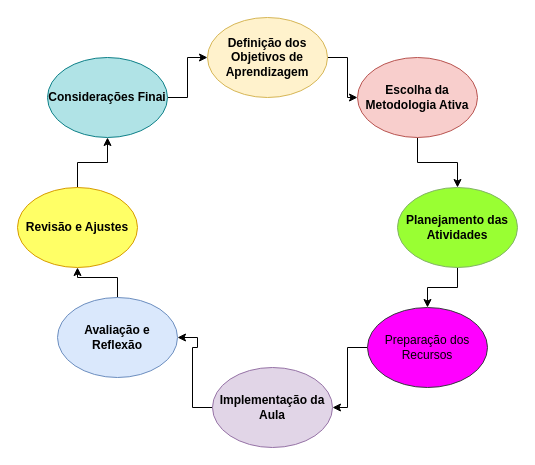
RosianeSangali/RosianeSangali keeps this draw.io diagram as etapas do plano de aula.drawio. Above is the earlier version. Source tidied: cells renumbered, new cells numbered last; positions are measured from the earlier drawing's top-left corner, leaving out a move shared by most shapes. Both pictures are drawn from the tidied source at 100%, with x=0, y=0 at pixel (17, 17).
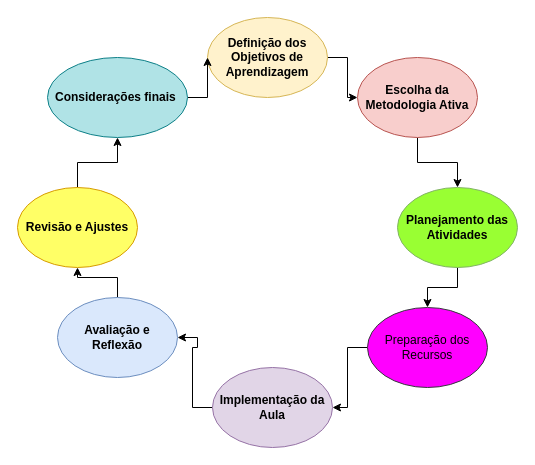
The same diagram, later.

Change to the diagram source:
```diff
@@
 <mxGraphModel>
   <root>
     <mxCell id="0" />
     <mxCell id="1" parent="0" />
     <mxCell id="2" style="edgeStyle=orthogonalEdgeStyle;rounded=0;jettySize=auto;html=1;" parent="1" edge="1" source="3" target="7">
       <mxGeometry relative="1" as="geometry" />
     </mxCell>
     <mxCell id="3" value="&lt;b&gt;Definição dos Objetivos de Aprendizagem&lt;/b&gt;" style="ellipse;whiteSpace=wrap;html=1;fillColor=#fff2cc;strokeColor=#d6b656;" parent="1" vertex="1">
       <mxGeometry x="190" width="120" height="80" as="geometry" />
     </mxCell>
     <mxCell id="4" style="edgeStyle=orthogonalEdgeStyle;rounded=0;jettySize=auto;html=1;" parent="1" edge="1" source="5" target="11">
       <mxGeometry relative="1" as="geometry" />
     </mxCell>
     <mxCell id="5" value="&lt;b&gt;Planejamento das Atividades&lt;/b&gt;" style="ellipse;whiteSpace=wrap;html=1;fillColor=#99FF33;strokeColor=#82b366;" parent="1" vertex="1">
       <mxGeometry x="380" y="170" width="120" height="80" as="geometry" />
     </mxCell>
     <mxCell id="6" style="edgeStyle=orthogonalEdgeStyle;rounded=0;jettySize=auto;html=1;" parent="1" edge="1" source="7" target="5">
       <mxGeometry relative="1" as="geometry" />
     </mxCell>
     <mxCell id="7" value="&lt;b&gt;Escolha da Metodologia Ativa&lt;/b&gt;" style="ellipse;whiteSpace=wrap;html=1;fillColor=#f8cecc;strokeColor=#b85450;" parent="1" vertex="1">
       <mxGeometry x="340" y="40" width="120" height="80" as="geometry" />
     </mxCell>
     <mxCell id="8" style="edgeStyle=orthogonalEdgeStyle;rounded=0;jettySize=auto;html=1;" parent="1" edge="1" source="9" target="3">
       <mxGeometry relative="1" as="geometry" />
     </mxCell>
-    <mxCell id="9" value="&lt;b&gt;Considerações Finai&lt;/b&gt;" style="ellipse;whiteSpace=wrap;html=1;fillColor=#b0e3e6;strokeColor=#0e8088;" parent="1" vertex="1">
-      <mxGeometry x="30" y="40" width="120" height="80" as="geometry" />
+    <mxCell id="9" value="&lt;b&gt;Considerações finais&amp;nbsp;&lt;/b&gt;" style="ellipse;whiteSpace=wrap;html=1;fillColor=#b0e3e6;strokeColor=#0e8088;" parent="1" vertex="1">
+      <mxGeometry x="30" y="40" width="140" height="80" as="geometry" />
     </mxCell>
     <mxCell id="10" style="edgeStyle=orthogonalEdgeStyle;rounded=0;jettySize=auto;html=1;" parent="1" edge="1" source="11" target="17">
       <mxGeometry relative="1" as="geometry" />
     </mxCell>
     <mxCell id="11" value="Preparação dos Recursos" style="ellipse;whiteSpace=wrap;html=1;fillColor=#FF00FF;strokeColor=#36393d;" parent="1" vertex="1">
       <mxGeometry x="350" y="290" width="120" height="80" as="geometry" />
     </mxCell>
     <mxCell id="12" style="edgeStyle=orthogonalEdgeStyle;rounded=0;jettySize=auto;html=1;" parent="1" edge="1" source="13" target="9">
       <mxGeometry relative="1" as="geometry" />
     </mxCell>
     <mxCell id="13" value="&lt;b&gt;Revisão e Ajustes&lt;/b&gt;" style="ellipse;whiteSpace=wrap;html=1;fillColor=#FFFF66;strokeColor=#d79b00;" parent="1" vertex="1">
       <mxGeometry y="170" width="120" height="80" as="geometry" />
     </mxCell>
     <mxCell id="14" style="edgeStyle=orthogonalEdgeStyle;rounded=0;jettySize=auto;html=1;" parent="1" edge="1" source="15" target="13">
       <mxGeometry relative="1" as="geometry" />
     </mxCell>
     <mxCell id="15" value="&lt;b&gt;Avaliação e Reflexão&lt;/b&gt;" style="ellipse;whiteSpace=wrap;html=1;fillColor=#dae8fc;strokeColor=#6c8ebf;" parent="1" vertex="1">
       <mxGeometry x="40" y="280" width="120" height="80" as="geometry" />
     </mxCell>
     <mxCell id="16" style="edgeStyle=orthogonalEdgeStyle;rounded=0;jettySize=auto;html=1;" parent="1" edge="1" source="17" target="15">
       <mxGeometry relative="1" as="geometry" />
     </mxCell>
     <mxCell id="17" value="&lt;b&gt;Implementação da Aula&lt;/b&gt;" style="ellipse;whiteSpace=wrap;html=1;fillColor=#e1d5e7;strokeColor=#9673a6;" parent="1" vertex="1">
       <mxGeometry x="195" y="350" width="120" height="80" as="geometry" />
     </mxCell>
   </root>
 </mxGraphModel>
```
